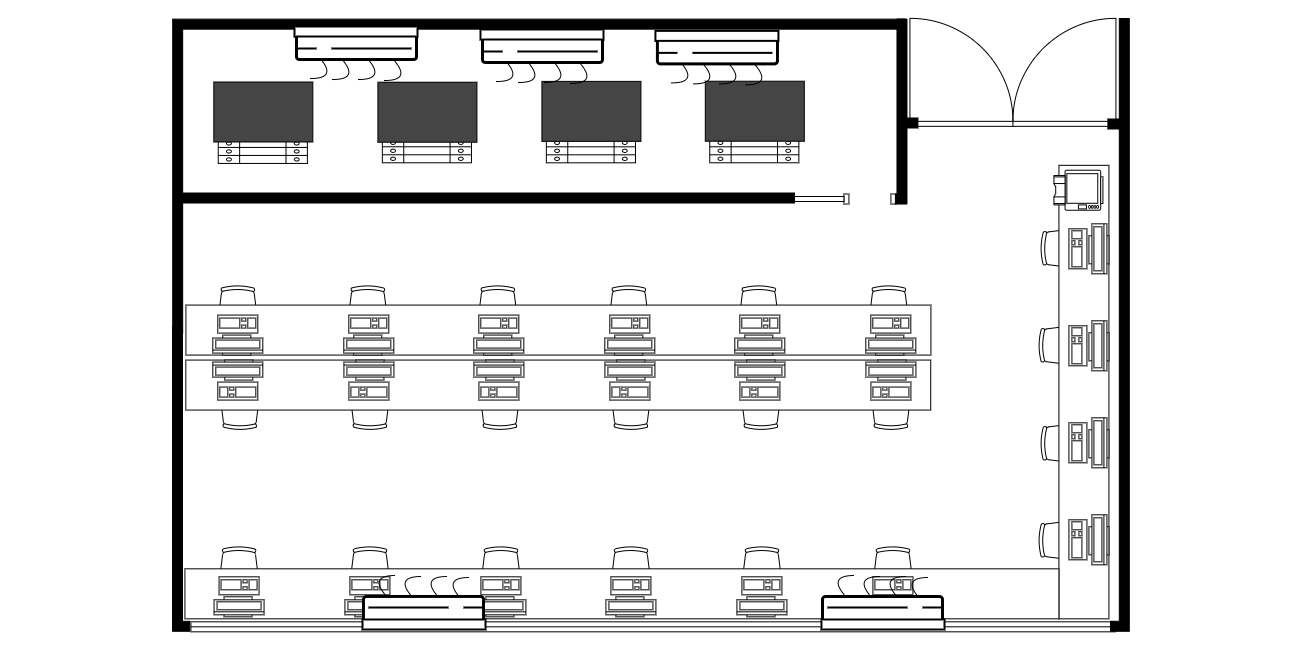
Before: images/icmc_lasdpc_lab_1006.png, a diagram exported from draw.io (Smart-LaSDPC/smart-lasdpc.github.io). Source tidied: cells renumbered, new cells last; positions are measured from the earlier drawing's top-left corner, leaving out a move shared by most shapes.
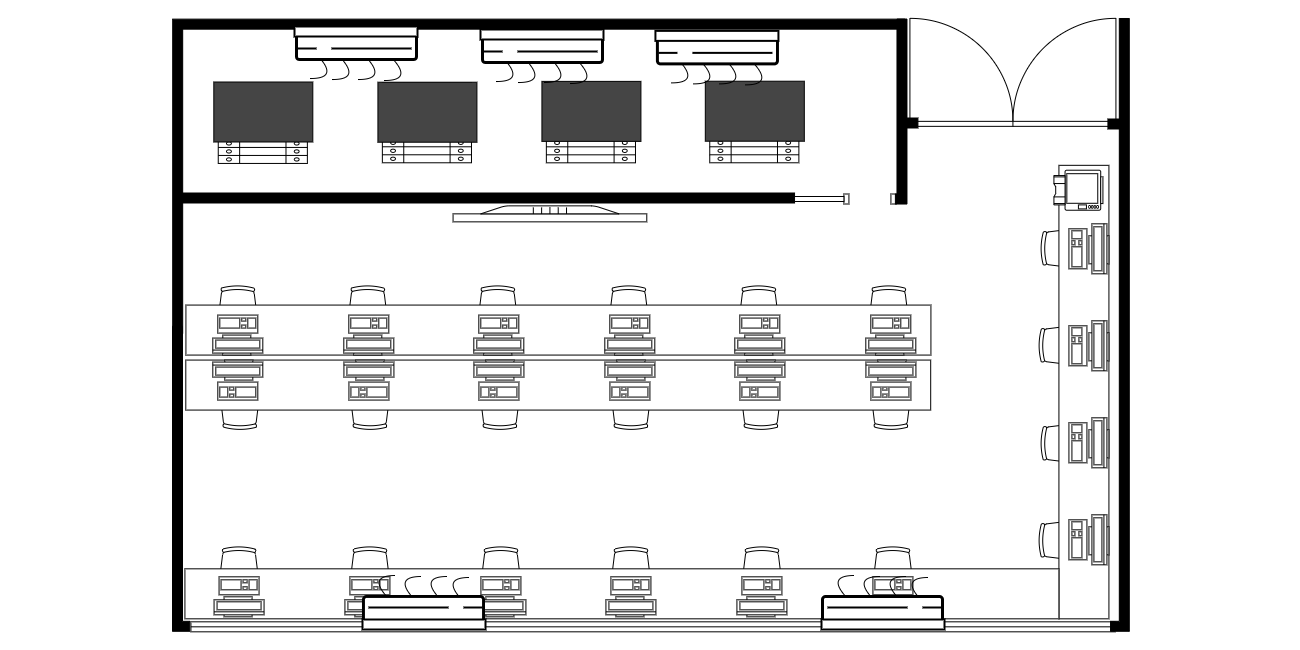
Above is the later version.

Commit message:
modify photo of 1006 lab

Diff of the diagram source:
```diff
@@ -538,5 +538,8 @@
         <mxPoint x="120" y="11" as="targetPoint" />
       </mxGeometry>
     </mxCell>
+    <mxCell id="124" style="verticalLabelPosition=bottom;html=1;verticalAlign=top;align=center;shape=mxgraph.floorplan.flat_tv;rotation=90;direction=north;" parent="1" vertex="1">
+      <mxGeometry x="513.4" y="306.5" width="16" height="193.7" as="geometry" />
+    </mxCell>
   </root>
 </mxGraphModel>
```
